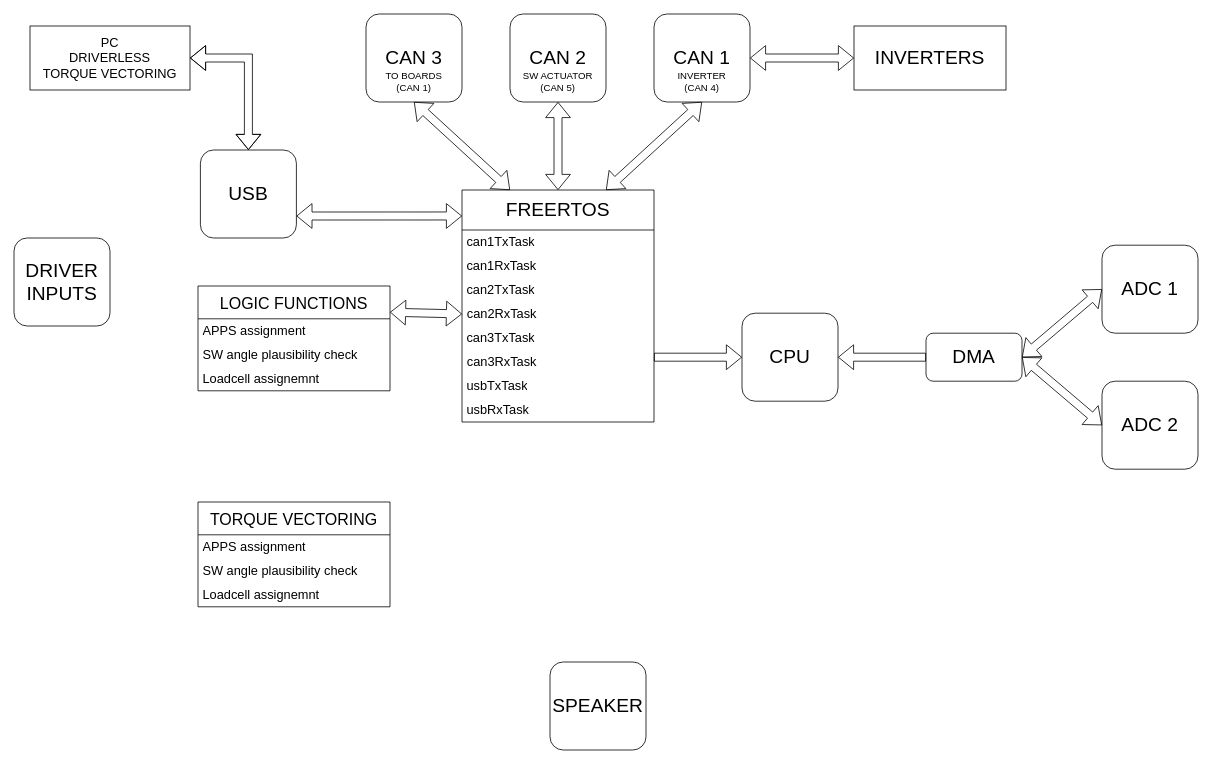
The draw.io diagram VCUfirmwareScheme.drawio in carloFerr/carloFerr, before the edit. Source tidied: cells renumbered, new cells numbered last; positions are measured from the earlier drawing's top-left corner, leaving out a move shared by most shapes. Both pictures are drawn from the tidied source at 80%, with x=0, y=0 at pixel (14, 14).
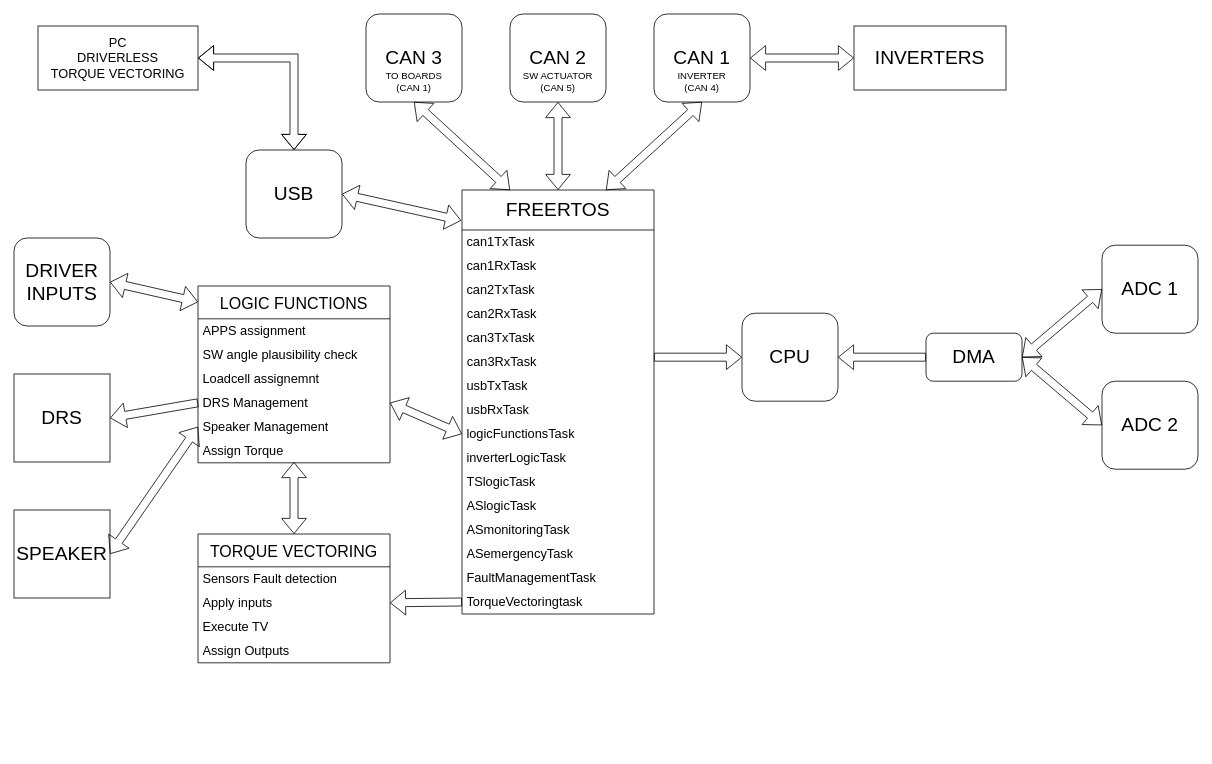
Above is the later version.

Unchanged cells that the change refers to:
```xml
<mxCell id="14" value="&amp;nbsp;can2RxTask" style="text;html=1;strokeColor=none;fillColor=none;align=left;verticalAlign=middle;whiteSpace=wrap;rounded=0;fontSize=16;" parent="10" vertex="1">
  <mxGeometry y="140" width="240" height="30" as="geometry" />
</mxCell>
<mxCell id="32" value="&lt;font style=&quot;font-size: 24px;&quot;&gt;DRIVER&lt;br&gt;INPUTS&lt;br&gt;&lt;/font&gt;" style="rounded=1;whiteSpace=wrap;html=1;" parent="1" vertex="1">
  <mxGeometry y="280" width="120" height="110" as="geometry" />
</mxCell>
```

Diff of the diagram source:
```diff
@@
     <mxCell id="10" value="&lt;font style=&quot;font-size: 24px;&quot;&gt;FREERTOS&lt;/font&gt;" style="swimlane;fontStyle=0;horizontal=1;startSize=50;whiteSpace=wrap;html=1;" parent="1" vertex="1">
-      <mxGeometry x="560" y="220" width="240" height="290" as="geometry" />
+      <mxGeometry x="560" y="220" width="240" height="530" as="geometry" />
     </mxCell>
@@
+    <mxCell id="45" value="logicFunctionsTask" style="text;strokeColor=none;fillColor=none;align=left;verticalAlign=middle;spacingLeft=4;spacingRight=4;overflow=hidden;points=[[0,0.5],[1,0.5]];portConstraint=eastwest;whiteSpace=wrap;html=1;fontSize=16;" parent="10" vertex="1">
+      <mxGeometry y="290" width="240" height="30" as="geometry" />
+    </mxCell>
+    <mxCell id="46" value="inverterLogicTask" style="text;strokeColor=none;fillColor=none;align=left;verticalAlign=middle;spacingLeft=4;spacingRight=4;overflow=hidden;whiteSpace=wrap;html=1;fontSize=16;" parent="10" vertex="1">
+      <mxGeometry y="320" width="240" height="30" as="geometry" />
+    </mxCell>
+    <mxCell id="47" value="TSlogicTask" style="text;strokeColor=none;fillColor=none;align=left;verticalAlign=middle;spacingLeft=4;spacingRight=4;overflow=hidden;whiteSpace=wrap;html=1;fontSize=16;" parent="10" vertex="1">
+      <mxGeometry y="350" width="240" height="30" as="geometry" />
+    </mxCell>
+    <mxCell id="48" value="ASlogicTask" style="text;strokeColor=none;fillColor=none;align=left;verticalAlign=middle;spacingLeft=4;spacingRight=4;overflow=hidden;whiteSpace=wrap;html=1;fontSize=16;" parent="10" vertex="1">
+      <mxGeometry y="380" width="240" height="30" as="geometry" />
+    </mxCell>
+    <mxCell id="49" value="ASmonitoringTask" style="text;strokeColor=none;fillColor=none;align=left;verticalAlign=middle;spacingLeft=4;spacingRight=4;overflow=hidden;whiteSpace=wrap;html=1;fontSize=16;" parent="10" vertex="1">
+      <mxGeometry y="410" width="240" height="30" as="geometry" />
+    </mxCell>
+    <mxCell id="50" value="ASemergencyTask" style="text;strokeColor=none;fillColor=none;align=left;verticalAlign=middle;spacingLeft=4;spacingRight=4;overflow=hidden;whiteSpace=wrap;html=1;fontSize=16;" parent="10" vertex="1">
+      <mxGeometry y="440" width="240" height="30" as="geometry" />
+    </mxCell>
+    <mxCell id="51" value="FaultManagementTask" style="text;strokeColor=none;fillColor=none;align=left;verticalAlign=middle;spacingLeft=4;spacingRight=4;overflow=hidden;whiteSpace=wrap;html=1;fontSize=16;" parent="10" vertex="1">
+      <mxGeometry y="470" width="240" height="30" as="geometry" />
+    </mxCell>
+    <mxCell id="52" value="TorqueVectoringtask" style="text;strokeColor=none;fillColor=none;align=left;verticalAlign=middle;spacingLeft=4;spacingRight=4;overflow=hidden;points=[[0,0.5],[1,0.5]];portConstraint=eastwest;whiteSpace=wrap;html=1;fontSize=16;" parent="10" vertex="1">
+      <mxGeometry y="500" width="240" height="30" as="geometry" />
+    </mxCell>
@@
     <mxCell id="25" value="&lt;font style=&quot;font-size: 24px;&quot;&gt;USB&lt;br&gt;&lt;/font&gt;" style="rounded=1;whiteSpace=wrap;html=1;" parent="1" vertex="1">
-      <mxGeometry x="233" y="170" width="120" height="110" as="geometry" />
+      <mxGeometry x="290" y="170" width="120" height="110" as="geometry" />
     </mxCell>
     <mxCell id="26" value="&lt;font style=&quot;font-size: 16px;&quot;&gt;PC&lt;br&gt;DRIVERLESS&lt;br&gt;TORQUE VECTORING&lt;/font&gt;" style="rounded=0;whiteSpace=wrap;html=1;" parent="1" vertex="1">
-      <mxGeometry x="20" y="15" width="200" height="80" as="geometry" />
+      <mxGeometry x="30" y="15" width="200" height="80" as="geometry" />
     </mxCell>
     <mxCell id="27" style="shape=flexArrow;endArrow=classic;startArrow=classic;html=1;rounded=0;exitX=1;exitY=0.5;exitDx=0;exitDy=0;entryX=0.5;entryY=0;entryDx=0;entryDy=0;" parent="1" edge="1" source="26" target="25">
       <mxGeometry relative="1" as="geometry">
         <Array as="points">
-          <mxPoint x="293" y="55" />
+          <mxPoint x="350" y="55" />
         </Array>
       </mxGeometry>
     </mxCell>
     <mxCell id="28" value="&lt;font style=&quot;font-size: 20px;&quot;&gt;LOGIC FUNCTIONS&lt;/font&gt;" style="swimlane;fontStyle=0;horizontal=1;startSize=41;whiteSpace=wrap;html=1;" parent="1" vertex="1">
-      <mxGeometry x="230" y="340" width="240" height="131" as="geometry" />
+      <mxGeometry x="230" y="340" width="240" height="221" as="geometry" />
     </mxCell>
@@
+    <mxCell id="53" value="DRS Management" style="text;strokeColor=none;fillColor=none;align=left;verticalAlign=middle;spacingLeft=4;spacingRight=4;overflow=hidden;points=[[0,0.5],[1,0.5]];portConstraint=eastwest;whiteSpace=wrap;html=1;fontSize=16;" parent="28" vertex="1">
+      <mxGeometry y="131" width="240" height="30" as="geometry" />
+    </mxCell>
+    <mxCell id="54" value="Speaker Management" style="text;strokeColor=none;fillColor=none;align=left;verticalAlign=middle;spacingLeft=4;spacingRight=4;overflow=hidden;points=[[0,0.5],[1,0.5]];portConstraint=eastwest;whiteSpace=wrap;html=1;fontSize=16;" parent="28" vertex="1">
+      <mxGeometry y="161" width="240" height="30" as="geometry" />
+    </mxCell>
+    <mxCell id="55" value="Assign Torque" style="text;strokeColor=none;fillColor=none;align=left;verticalAlign=middle;spacingLeft=4;spacingRight=4;overflow=hidden;points=[[0,0.5],[1,0.5]];portConstraint=eastwest;whiteSpace=wrap;html=1;fontSize=16;" parent="28" vertex="1">
+      <mxGeometry y="191" width="240" height="30" as="geometry" />
+    </mxCell>
@@
-    <mxCell id="33" value="&lt;font style=&quot;font-size: 24px;&quot;&gt;SPEAKER&lt;/font&gt;" style="rounded=1;whiteSpace=wrap;html=1;" parent="1" vertex="1">
-      <mxGeometry x="670" y="810" width="120" height="110" as="geometry" />
-    </mxCell>
     <mxCell id="34" value="&lt;font style=&quot;font-size: 20px;&quot;&gt;TORQUE VECTORING&lt;/font&gt;" style="swimlane;fontStyle=0;horizontal=1;startSize=41;whiteSpace=wrap;html=1;" parent="1" vertex="1">
-      <mxGeometry x="230" y="610" width="240" height="131" as="geometry" />
+      <mxGeometry x="230" y="650" width="240" height="161" as="geometry" />
     </mxCell>
-    <mxCell id="35" value="APPS assignment" style="text;strokeColor=none;fillColor=none;align=left;verticalAlign=middle;spacingLeft=4;spacingRight=4;overflow=hidden;whiteSpace=wrap;html=1;fontSize=16;" parent="34" vertex="1">
+    <mxCell id="35" value="Sensors Fault detection" style="text;strokeColor=none;fillColor=none;align=left;verticalAlign=middle;spacingLeft=4;spacingRight=4;overflow=hidden;whiteSpace=wrap;html=1;fontSize=16;" parent="34" vertex="1">
       <mxGeometry y="41" width="240" height="30" as="geometry" />
     </mxCell>
-    <mxCell id="36" value="SW angle plausibility check" style="text;strokeColor=none;fillColor=none;align=left;verticalAlign=middle;spacingLeft=4;spacingRight=4;overflow=hidden;points=[[0,0.5],[1,0.5]];portConstraint=eastwest;whiteSpace=wrap;html=1;fontSize=16;" parent="34" vertex="1">
+    <mxCell id="36" value="Apply inputs" style="text;strokeColor=none;fillColor=none;align=left;verticalAlign=middle;spacingLeft=4;spacingRight=4;overflow=hidden;points=[[0,0.5],[1,0.5]];portConstraint=eastwest;whiteSpace=wrap;html=1;fontSize=16;" parent="34" vertex="1">
       <mxGeometry y="71" width="240" height="30" as="geometry" />
     </mxCell>
-    <mxCell id="37" value="Loadcell assignemnt" style="text;strokeColor=none;fillColor=none;align=left;verticalAlign=middle;spacingLeft=4;spacingRight=4;overflow=hidden;whiteSpace=wrap;html=1;fontSize=16;" parent="34" vertex="1">
+    <mxCell id="37" value="Execute TV" style="text;strokeColor=none;fillColor=none;align=left;verticalAlign=middle;spacingLeft=4;spacingRight=4;overflow=hidden;whiteSpace=wrap;html=1;fontSize=16;" parent="34" vertex="1">
       <mxGeometry y="101" width="240" height="30" as="geometry" />
     </mxCell>
+    <mxCell id="56" value="Assign Outputs" style="text;strokeColor=none;fillColor=none;align=left;verticalAlign=middle;spacingLeft=4;spacingRight=4;overflow=hidden;whiteSpace=wrap;html=1;fontSize=16;" parent="34" vertex="1">
+      <mxGeometry y="131" width="240" height="30" as="geometry" />
+    </mxCell>
-    <mxCell id="38" style="shape=flexArrow;endArrow=classic;startArrow=classic;html=1;rounded=0;exitX=1;exitY=0.75;exitDx=0;exitDy=0;entryX=0;entryY=0.112;entryDx=0;entryDy=0;entryPerimeter=0;" parent="1" edge="1" source="25" target="10">
+    <mxCell id="38" style="shape=flexArrow;endArrow=classic;startArrow=classic;html=1;rounded=0;exitX=1;exitY=0.5;exitDx=0;exitDy=0;entryX=-0.004;entryY=0.072;entryDx=0;entryDy=0;entryPerimeter=0;" parent="1" edge="1" source="25" target="10">
       <mxGeometry relative="1" as="geometry" />
     </mxCell>
-    <mxCell id="39" style="shape=flexArrow;endArrow=classic;startArrow=classic;html=1;rounded=0;exitX=1;exitY=0.25;exitDx=0;exitDy=0;entryX=0;entryY=0.5;entryDx=0;entryDy=0;" parent="1" edge="1" source="28" target="14">
+    <mxCell id="39" style="shape=flexArrow;endArrow=classic;startArrow=classic;html=1;rounded=0;exitX=1;exitY=0.5;exitDx=0;exitDy=0;entryX=0;entryY=0.5;entryDx=0;entryDy=0;" parent="1" edge="1" source="53" target="45">
       <mxGeometry relative="1" as="geometry" />
     </mxCell>
@@
+    <mxCell id="57" value="&lt;font style=&quot;font-size: 24px;&quot;&gt;DRS&lt;/font&gt;" style="rounded=0;whiteSpace=wrap;html=1;" parent="1" vertex="1">
+      <mxGeometry y="450" width="120" height="110" as="geometry" />
+    </mxCell>
+    <mxCell id="58" style="shape=flexArrow;endArrow=classic;html=1;rounded=0;exitX=0;exitY=0.5;exitDx=0;exitDy=0;entryX=1;entryY=0.5;entryDx=0;entryDy=0;" parent="1" edge="1" source="53" target="57">
+      <mxGeometry relative="1" as="geometry" />
+    </mxCell>
+    <mxCell id="33" value="&lt;font style=&quot;font-size: 24px;&quot;&gt;SPEAKER&lt;/font&gt;" style="rounded=0;whiteSpace=wrap;html=1;" parent="1" vertex="1">
+      <mxGeometry y="620" width="120" height="110" as="geometry" />
+    </mxCell>
+    <mxCell id="59" style="shape=flexArrow;endArrow=classic;startArrow=classic;html=1;rounded=0;entryX=0.5;entryY=0.967;entryDx=0;entryDy=0;entryPerimeter=0;exitX=0.5;exitY=0;exitDx=0;exitDy=0;" parent="1" edge="1" source="34" target="55">
+      <mxGeometry relative="1" as="geometry" />
+    </mxCell>
+    <mxCell id="60" style="shape=flexArrow;endArrow=classic;html=1;rounded=0;entryX=1;entryY=0.5;entryDx=0;entryDy=0;exitX=0;exitY=0.5;exitDx=0;exitDy=0;" parent="1" edge="1" source="52" target="36">
+      <mxGeometry relative="1" as="geometry" />
+    </mxCell>
+    <mxCell id="61" style="shape=flexArrow;endArrow=classic;startArrow=classic;html=1;rounded=0;exitX=1;exitY=0.5;exitDx=0;exitDy=0;" parent="1" edge="1" source="32">
+      <mxGeometry relative="1" as="geometry">
+        <mxPoint x="230" y="360" as="targetPoint" />
+      </mxGeometry>
+    </mxCell>
+    <mxCell id="62" style="shape=flexArrow;endArrow=classic;startArrow=classic;html=1;rounded=0;exitX=1;exitY=0.5;exitDx=0;exitDy=0;entryX=0;entryY=0.5;entryDx=0;entryDy=0;" parent="1" edge="1" source="33" target="54">
+      <mxGeometry relative="1" as="geometry" />
+    </mxCell>
```
